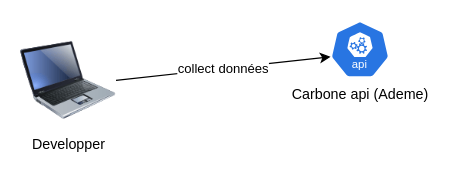
Before: architecture.drawio in picamal/opendata-esg-yp, a draw.io diagram. Source tidied: cells renumbered, new cells numbered last; positions are measured from the earlier drawing's top-left corner, leaving out a move shared by most shapes. Both pictures are drawn from the tidied source at 119%, with x=0, y=0 at pixel (20, 20).
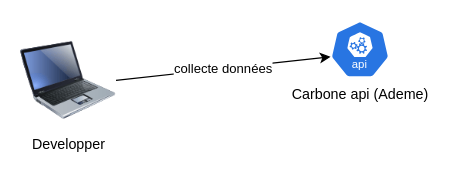
After the change.

The edit, as a diff of the source:
```diff
@@
 <mxGraphModel>
   <root>
     <mxCell id="0" />
     <mxCell id="1" parent="0" />
     <mxCell id="2" value="Carbone api (Ademe)" style="sketch=0;html=1;dashed=0;whitespace=wrap;verticalLabelPosition=bottom;verticalAlign=top;fillColor=#2875E2;strokeColor=#ffffff;points=[[0.005,0.63,0],[0.1,0.2,0],[0.9,0.2,0],[0.5,0,0],[0.995,0.63,0],[0.72,0.99,0],[0.5,1,0],[0.28,0.99,0]];shape=mxgraph.kubernetes.icon2;kubernetesLabel=1;prIcon=api;" parent="1" vertex="1">
       <mxGeometry x="260" width="50" height="48" as="geometry" />
     </mxCell>
-    <mxCell id="3" value="collect données" style="edgeStyle=none;html=1;exitX=1;exitY=0.5;exitDx=0;exitDy=0;entryX=0.005;entryY=0.63;entryDx=0;entryDy=0;entryPerimeter=0;" parent="1" edge="1" source="4" target="2">
+    <mxCell id="3" value="collecte données" style="edgeStyle=none;html=1;exitX=1;exitY=0.5;exitDx=0;exitDy=0;entryX=0.005;entryY=0.63;entryDx=0;entryDy=0;entryPerimeter=0;" parent="1" edge="1" source="4" target="2">
       <mxGeometry relative="1" as="geometry" />
     </mxCell>
     <mxCell id="4" value="Developper" style="image;html=1;image=img/lib/clip_art/computers/Laptop_128x128.png;" parent="1" vertex="1">
       <mxGeometry y="10" width="80" height="80" as="geometry" />
     </mxCell>
   </root>
 </mxGraphModel>
```
